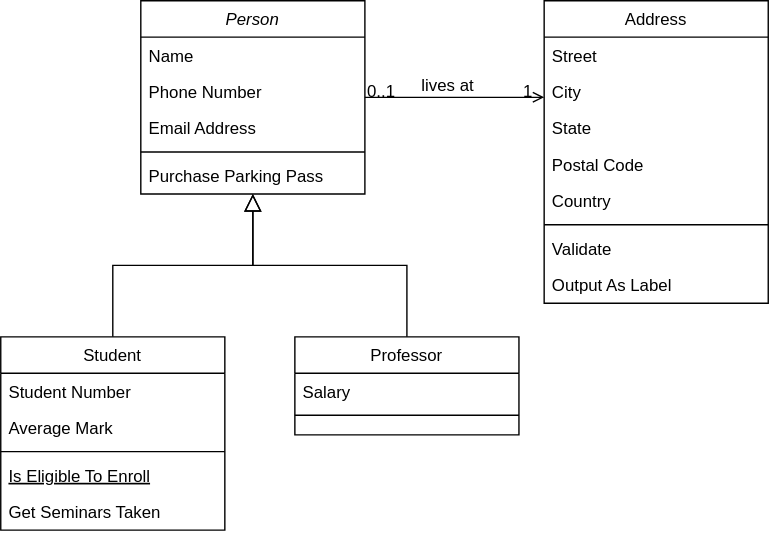
This is Untitled Diagram.drawio.svg from thaison185/Code, a draw.io export, as it was before one commit. Source tidied: cells renumbered, new cells last; positions are measured from the earlier drawing's top-left corner, leaving out a move shared by most shapes.
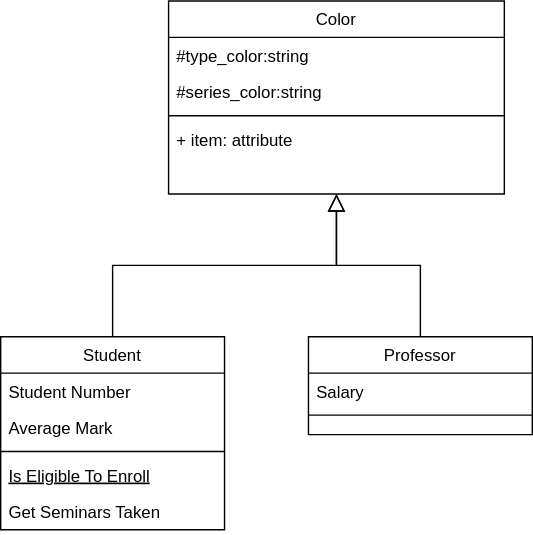
Above is the later version.

Diff of the diagram source:
```diff
@@ -2,26 +2,23 @@
   <root>
     <mxCell id="0" />
     <mxCell id="1" parent="0" />
-    <mxCell id="2" value="Person" style="swimlane;fontStyle=2;align=center;verticalAlign=top;horizontal=1;startSize=26;rounded=0;shadow=0;strokeWidth=1;" parent="1" vertex="1">
-      <mxGeometry x="100" width="160" height="138" as="geometry" />
+    <mxCell id="2" value="Color" style="swimlane;fontStyle=0;align=center;verticalAlign=top;horizontal=1;startSize=26;rounded=0;shadow=0;strokeWidth=1;" parent="1" vertex="1">
+      <mxGeometry x="100" width="240" height="138" as="geometry" />
     </mxCell>
-    <mxCell id="3" value="Name" style="text;align=left;verticalAlign=top;spacingLeft=4;spacingRight=4;overflow=hidden;" parent="2" vertex="1">
-      <mxGeometry y="26" width="160" height="26" as="geometry" />
+    <mxCell id="3" value="#type_color:string" style="text;align=left;verticalAlign=top;spacingLeft=4;spacingRight=4;overflow=hidden;" parent="2" vertex="1">
+      <mxGeometry y="26" width="240" height="26" as="geometry" />
     </mxCell>
-    <mxCell id="4" value="Phone Number" style="text;align=left;verticalAlign=top;spacingLeft=4;spacingRight=4;overflow=hidden;rounded=0;shadow=0;html=0;" parent="2" vertex="1">
-      <mxGeometry y="52" width="160" height="26" as="geometry" />
+    <mxCell id="4" value="#series_color:string" style="text;align=left;verticalAlign=top;spacingLeft=4;spacingRight=4;overflow=hidden;rounded=0;shadow=0;html=0;" parent="2" vertex="1">
+      <mxGeometry y="52" width="240" height="26" as="geometry" />
     </mxCell>
-    <mxCell id="5" value="Email Address" style="text;align=left;verticalAlign=top;spacingLeft=4;spacingRight=4;overflow=hidden;rounded=0;shadow=0;html=0;" parent="2" vertex="1">
-      <mxGeometry y="78" width="160" height="26" as="geometry" />
-    </mxCell>
     <mxCell id="6" style="line;html=1;strokeWidth=1;align=left;verticalAlign=middle;spacingTop=-1;spacingLeft=3;spacingRight=3;labelPosition=right;" parent="2" vertex="1">
-      <mxGeometry y="104" width="160" height="8" as="geometry" />
+      <mxGeometry y="78" width="240" height="8" as="geometry" />
     </mxCell>
-    <mxCell id="7" value="Purchase Parking Pass" style="text;align=left;verticalAlign=top;spacingLeft=4;spacingRight=4;overflow=hidden;" parent="2" vertex="1">
-      <mxGeometry y="112" width="160" height="26" as="geometry" />
-    </mxCell>
+    <mxCell id="32" value="+ item: attribute" style="text;strokeColor=none;fillColor=none;align=left;verticalAlign=top;spacingLeft=4;spacingRight=4;overflow=hidden;" parent="2" vertex="1">
+      <mxGeometry y="86" width="240" height="26" as="geometry" />
+    </mxCell>
     <mxCell id="8" value="Student" style="swimlane;fontStyle=0;align=center;verticalAlign=top;horizontal=1;startSize=26;rounded=0;shadow=0;strokeWidth=1;" parent="1" vertex="1">
-      <mxGeometry y="240" width="160" height="138" as="geometry" />
+      <mxGeometry x="-20" y="240" width="160" height="138" as="geometry" />
     </mxCell>
     <mxCell id="9" value="Student Number" style="text;align=left;verticalAlign=top;spacingLeft=4;spacingRight=4;overflow=hidden;" parent="8" vertex="1">
       <mxGeometry y="26" width="160" height="26" as="geometry" />
@@ -42,7 +39,7 @@
       <mxGeometry relative="1" as="geometry" />
     </mxCell>
     <mxCell id="15" value="Professor" style="swimlane;fontStyle=0;align=center;verticalAlign=top;horizontal=1;startSize=26;rounded=0;shadow=0;strokeWidth=1;" parent="1" vertex="1">
-      <mxGeometry x="210" y="240" width="160" height="70" as="geometry" />
+      <mxGeometry x="200" y="240" width="160" height="70" as="geometry" />
     </mxCell>
     <mxCell id="16" value="Salary" style="text;align=left;verticalAlign=top;spacingLeft=4;spacingRight=4;overflow=hidden;" parent="15" vertex="1">
       <mxGeometry y="26" width="160" height="26" as="geometry" />
@@ -53,52 +50,5 @@
     <mxCell id="18" style="endArrow=block;endSize=10;endFill=0;shadow=0;strokeWidth=1;rounded=0;edgeStyle=elbowEdgeStyle;elbow=vertical;" parent="1" edge="1" source="15" target="2">
       <mxGeometry relative="1" as="geometry" />
     </mxCell>
-    <mxCell id="19" value="Address" style="swimlane;fontStyle=0;align=center;verticalAlign=top;horizontal=1;startSize=26;rounded=0;shadow=0;strokeWidth=1;" parent="1" vertex="1">
-      <mxGeometry x="388" width="160" height="216" as="geometry" />
-    </mxCell>
-    <mxCell id="20" value="Street" style="text;align=left;verticalAlign=top;spacingLeft=4;spacingRight=4;overflow=hidden;" parent="19" vertex="1">
-      <mxGeometry y="26" width="160" height="26" as="geometry" />
-    </mxCell>
-    <mxCell id="21" value="City" style="text;align=left;verticalAlign=top;spacingLeft=4;spacingRight=4;overflow=hidden;rounded=0;shadow=0;html=0;" parent="19" vertex="1">
-      <mxGeometry y="52" width="160" height="26" as="geometry" />
-    </mxCell>
-    <mxCell id="22" value="State" style="text;align=left;verticalAlign=top;spacingLeft=4;spacingRight=4;overflow=hidden;rounded=0;shadow=0;html=0;" parent="19" vertex="1">
-      <mxGeometry y="78" width="160" height="26" as="geometry" />
-    </mxCell>
-    <mxCell id="23" value="Postal Code" style="text;align=left;verticalAlign=top;spacingLeft=4;spacingRight=4;overflow=hidden;rounded=0;shadow=0;html=0;" parent="19" vertex="1">
-      <mxGeometry y="104" width="160" height="26" as="geometry" />
-    </mxCell>
-    <mxCell id="24" value="Country" style="text;align=left;verticalAlign=top;spacingLeft=4;spacingRight=4;overflow=hidden;rounded=0;shadow=0;html=0;" parent="19" vertex="1">
-      <mxGeometry y="130" width="160" height="26" as="geometry" />
-    </mxCell>
-    <mxCell id="25" style="line;html=1;strokeWidth=1;align=left;verticalAlign=middle;spacingTop=-1;spacingLeft=3;spacingRight=3;labelPosition=right;" parent="19" vertex="1">
-      <mxGeometry y="156" width="160" height="8" as="geometry" />
-    </mxCell>
-    <mxCell id="26" value="Validate" style="text;align=left;verticalAlign=top;spacingLeft=4;spacingRight=4;overflow=hidden;" parent="19" vertex="1">
-      <mxGeometry y="164" width="160" height="26" as="geometry" />
-    </mxCell>
-    <mxCell id="27" value="Output As Label" style="text;align=left;verticalAlign=top;spacingLeft=4;spacingRight=4;overflow=hidden;" parent="19" vertex="1">
-      <mxGeometry y="190" width="160" height="26" as="geometry" />
-    </mxCell>
-    <mxCell id="28" style="endArrow=open;shadow=0;strokeWidth=1;rounded=0;endFill=1;edgeStyle=elbowEdgeStyle;elbow=vertical;" parent="1" edge="1" source="2" target="19">
-      <mxGeometry x="0.5" y="41" relative="1" as="geometry">
-        <mxPoint x="-40" y="32" as="offset" />
-      </mxGeometry>
-    </mxCell>
-    <mxCell id="29" value="0..1" style="align=left;verticalAlign=bottom;labelBackgroundColor=none;fontSize=12;" parent="28" vertex="1">
-      <mxGeometry x="-1" relative="1" as="geometry">
-        <mxPoint y="4" as="offset" />
-      </mxGeometry>
-    </mxCell>
-    <mxCell id="30" value="1" style="align=right;verticalAlign=bottom;labelBackgroundColor=none;fontSize=12;" parent="28" vertex="1">
-      <mxGeometry x="1" relative="1" as="geometry">
-        <mxPoint x="-7" y="4" as="offset" />
-      </mxGeometry>
-    </mxCell>
-    <mxCell id="31" value="lives at" style="text;html=1;align=center;verticalAlign=middle;labelBackgroundColor=none;rounded=0;shadow=0;strokeWidth=1;fontSize=12;" parent="28" vertex="1">
-      <mxGeometry x="0.5" y="49" relative="1" as="geometry">
-        <mxPoint x="-38" y="40" as="offset" />
-      </mxGeometry>
-    </mxCell>
   </root>
 </mxGraphModel>
```
